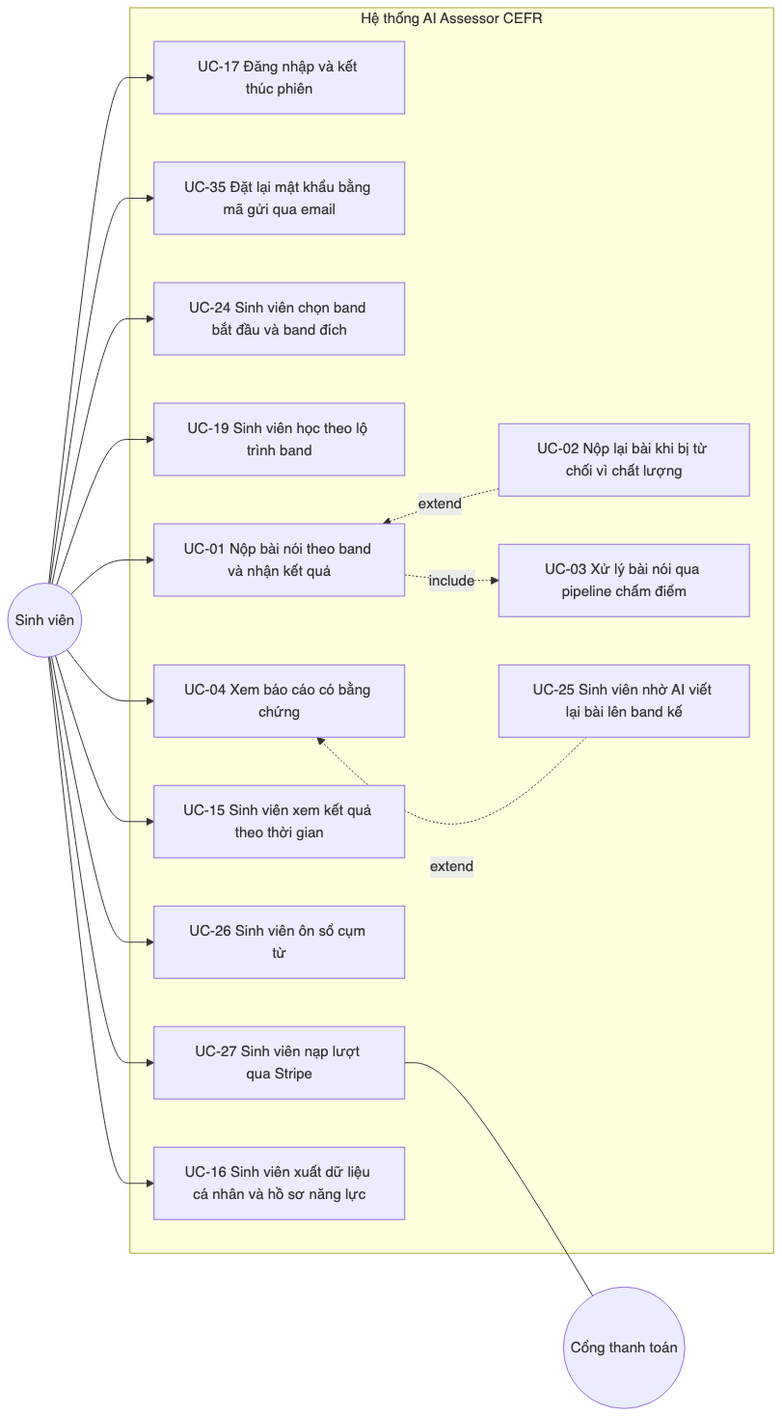
Before: docs/sdd/images/01a_usecase_sinhvien.png, a diagram exported from Mermaid (ThanhSangLouis/ai-assessor-cefr). Its source is kept beside it as docs/sdd/diagrams/01a_usecase_sinhvien.mmd.
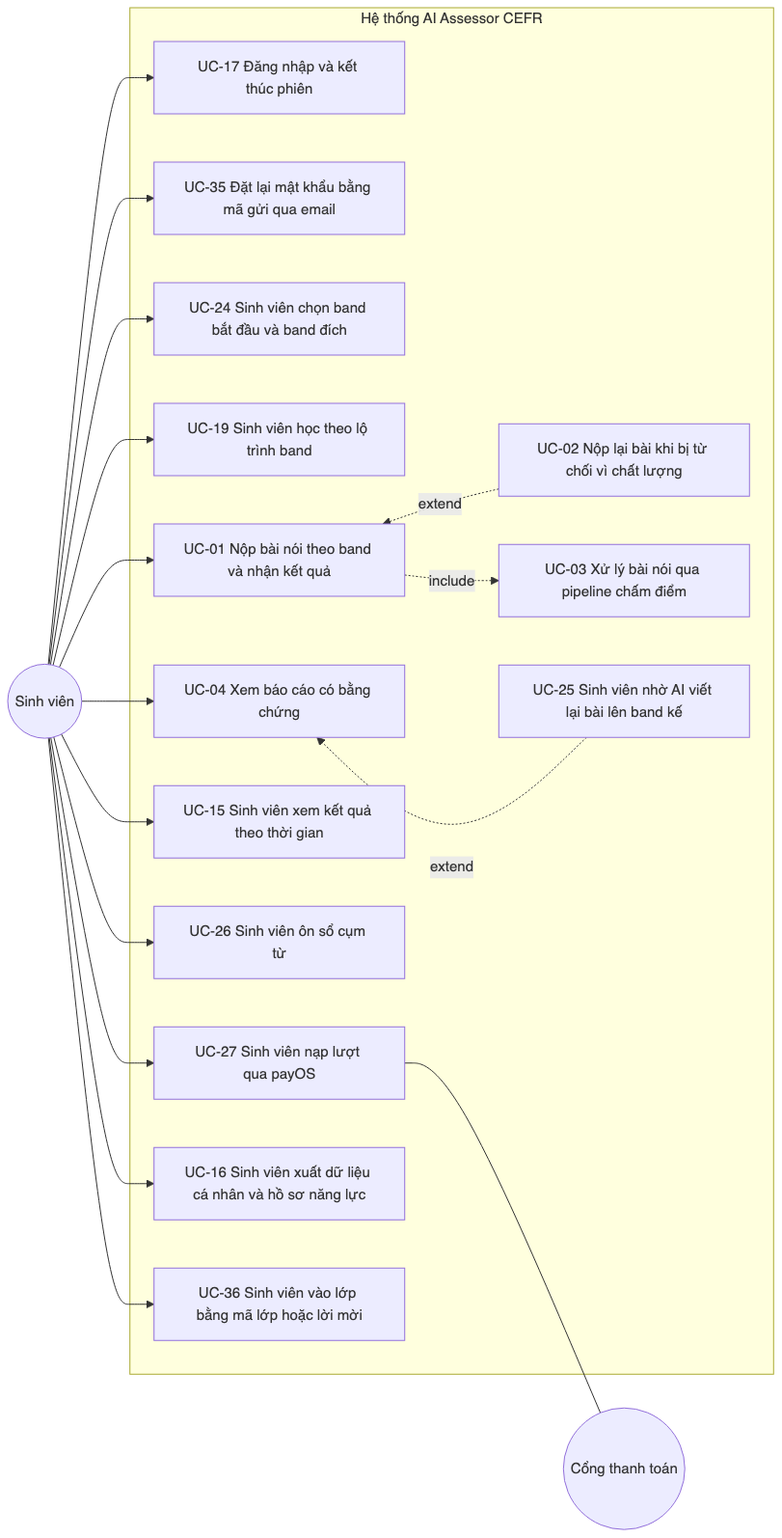
The same file after the commit.

Change to the diagram source:
```diff
@@ -17,6 +17,7 @@
         UC26["UC-26 Sinh viên ôn sổ cụm từ"]
         UC27["UC-27 Sinh viên nạp lượt qua payOS"]
         UC16["UC-16 Sinh viên xuất dữ liệu cá nhân và hồ sơ năng lực"]
+        UC36["UC-36 Sinh viên vào lớp bằng mã lớp hoặc lời mời"]
     end
 
     SV --> UC17
@@ -29,6 +30,7 @@
     SV --> UC26
     SV --> UC27
     SV --> UC16
+    SV --> UC36
     UC27 --- CTT
 
     UC01 ~~~ UC02
```
